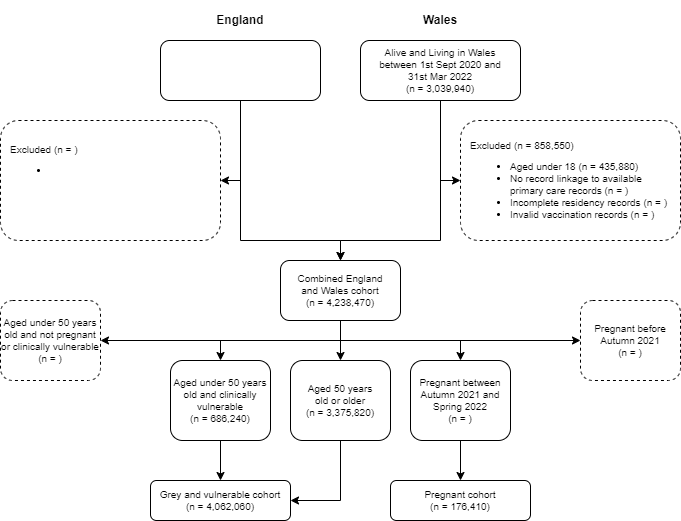
Earlier version of the draw.io export pregnancy/figure_cohort_inclusion_flowchart.png (stubedston/dacvap-c19-flu-vaccine-disparity). Source tidied: cells renumbered, new cells last; positions are measured from the earlier drawing's top-left corner, leaving out a move shared by most shapes.
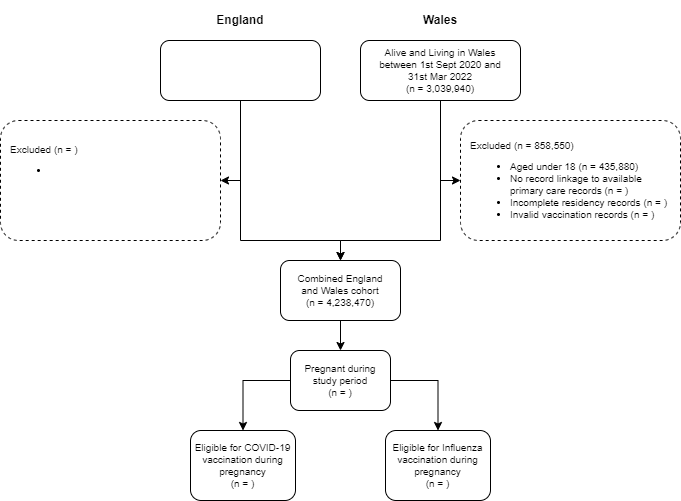
Above is the later version.

Diff of the diagram source:
```diff
@@ -19,49 +19,25 @@
     <mxCell id="5" value="&lt;p style=&quot;line-height: 100%&quot;&gt;&lt;span style=&quot;font-size: 10px&quot;&gt;Excluded (&lt;span style=&quot;font-size: 10px&quot;&gt;&lt;font style=&quot;font-size: 10px&quot;&gt;&lt;span style=&quot;font-size: 10px&quot;&gt;n = 858,550)&lt;/span&gt;&lt;/font&gt;&lt;/span&gt;&lt;/span&gt;&lt;br style=&quot;font-size: 10px&quot;&gt;&lt;/p&gt;&lt;ul style=&quot;font-size: 10px&quot;&gt;&lt;li style=&quot;font-size: 10px&quot;&gt;&lt;font style=&quot;font-size: 10px&quot;&gt;&lt;span style=&quot;font-size: 10px&quot;&gt;Aged under 18 (n = 435,880)&lt;/span&gt;&lt;/font&gt;&lt;/li&gt;&lt;li style=&quot;font-size: 10px&quot;&gt;&lt;font style=&quot;font-size: 10px&quot;&gt;&lt;span style=&quot;font-size: 10px&quot;&gt;No record linkage to available primary care records (n = )&lt;/span&gt;&lt;/font&gt;&lt;/li&gt;&lt;li style=&quot;font-size: 10px&quot;&gt;Incomplete residency records (n = )&lt;/li&gt;&lt;li style=&quot;font-size: 10px&quot;&gt;&lt;font style=&quot;font-size: 10px&quot;&gt;&lt;span style=&quot;font-size: 10px ; line-height: 100%&quot;&gt;Invalid vaccination records (n = )&lt;/span&gt;&lt;/font&gt;&lt;/li&gt;&lt;/ul&gt;&lt;p&gt;&lt;/p&gt;" style="rounded=1;whiteSpace=wrap;html=1;fontSize=10;glass=0;strokeWidth=1;shadow=0;align=left;fontStyle=0;spacing=10;verticalAlign=middle;dashed=1;" parent="1" vertex="1">
       <mxGeometry x="460" y="120" width="220" height="120" as="geometry" />
     </mxCell>
-    <mxCell id="6" style="edgeStyle=orthogonalEdgeStyle;rounded=0;jettySize=auto;html=1;fontSize=10;" parent="1" edge="1" source="11" target="18">
+    <mxCell id="6" style="edgeStyle=orthogonalEdgeStyle;rounded=0;jettySize=auto;html=1;fontSize=10;entryX=0.5;entryY=0;entryDx=0;entryDy=0;" parent="1" edge="1" source="11" target="18">
       <mxGeometry relative="1" as="geometry">
         <Array as="points">
-          <mxPoint x="340" y="340" />
-          <mxPoint x="460" y="340" />
+          <mxPoint x="340" y="350" />
+          <mxPoint x="340" y="350" />
         </Array>
       </mxGeometry>
     </mxCell>
-    <mxCell id="7" style="edgeStyle=orthogonalEdgeStyle;rounded=0;jettySize=auto;html=1;exitX=0.5;exitY=1;exitDx=0;exitDy=0;" parent="1" edge="1" source="11" target="25">
-      <mxGeometry relative="1" as="geometry" />
-    </mxCell>
-    <mxCell id="8" style="edgeStyle=orthogonalEdgeStyle;rounded=0;jettySize=auto;html=1;exitX=0.5;exitY=1;exitDx=0;exitDy=0;entryX=0.5;entryY=0;entryDx=0;entryDy=0;" parent="1" edge="1" source="11" target="13">
-      <mxGeometry relative="1" as="geometry" />
-    </mxCell>
-    <mxCell id="9" style="edgeStyle=orthogonalEdgeStyle;rounded=0;jettySize=auto;html=1;exitX=0.5;exitY=1;exitDx=0;exitDy=0;entryX=0.5;entryY=0;entryDx=0;entryDy=0;" parent="1" edge="1" source="11" target="16">
-      <mxGeometry relative="1" as="geometry" />
-    </mxCell>
-    <mxCell id="10" style="edgeStyle=orthogonalEdgeStyle;rounded=0;jettySize=auto;html=1;exitX=0.5;exitY=1;exitDx=0;exitDy=0;entryX=1;entryY=0.5;entryDx=0;entryDy=0;" parent="1" edge="1" source="11" target="27">
-      <mxGeometry relative="1" as="geometry" />
-    </mxCell>
     <mxCell id="11" value="&lt;font style=&quot;font-size: 10px&quot;&gt;&lt;font style=&quot;font-size: 10px&quot;&gt;Combined England&lt;br&gt;and Wales cohort&lt;br style=&quot;font-size: 10px&quot;&gt;&lt;font style=&quot;font-size: 10px&quot;&gt;&lt;span style=&quot;font-size: 10px&quot;&gt;(n = 4,238,470)&lt;/span&gt;&lt;/font&gt;&lt;/font&gt;&lt;br style=&quot;font-size: 10px&quot;&gt;&lt;/font&gt;" style="rounded=1;whiteSpace=wrap;html=1;fontSize=10;glass=0;strokeWidth=1;shadow=0;" parent="1" vertex="1">
       <mxGeometry x="280" y="260" width="120" height="60" as="geometry" />
     </mxCell>
-    <mxCell id="12" style="edgeStyle=orthogonalEdgeStyle;rounded=0;jettySize=auto;html=1;exitX=0.5;exitY=1;exitDx=0;exitDy=0;entryX=1;entryY=0.5;entryDx=0;entryDy=0;" parent="1" edge="1" source="13" target="14">
-      <mxGeometry relative="1" as="geometry" />
-    </mxCell>
-    <mxCell id="13" value="&lt;div style=&quot;font-size: 10px&quot;&gt;&lt;span style=&quot;font-size: 10px&quot;&gt;Aged 50 years&lt;/span&gt;&lt;/div&gt;&lt;div style=&quot;font-size: 10px&quot;&gt;&lt;span style=&quot;font-size: 10px&quot;&gt;old&amp;nbsp;&lt;/span&gt;&lt;span style=&quot;background-color: initial;&quot;&gt;or older&lt;/span&gt;&lt;/div&gt;&lt;div style=&quot;font-size: 10px&quot;&gt;&lt;span style=&quot;font-size: 10px&quot;&gt;(n = 3,375,820)&lt;/span&gt;&lt;/div&gt;" style="rounded=1;whiteSpace=wrap;html=1;fontSize=10;glass=0;strokeWidth=1;shadow=0;align=center;fontStyle=0;" parent="1" vertex="1">
-      <mxGeometry x="290" y="360" width="100" height="80" as="geometry" />
-    </mxCell>
-    <mxCell id="14" value="&lt;font style=&quot;font-size: 10px&quot;&gt;&lt;font style=&quot;font-size: 10px&quot;&gt;&lt;span style=&quot;font-size: 10px&quot;&gt;&lt;span style=&quot;font-size: 10px&quot;&gt;Grey and vulnerable cohort&lt;/span&gt;&lt;br style=&quot;font-size: 10px&quot;&gt;&lt;font style=&quot;font-size: 10px&quot;&gt;(n = 4,062,060)&lt;/font&gt;&lt;/span&gt;&lt;/font&gt;&lt;br style=&quot;font-size: 10px&quot;&gt;&lt;/font&gt;" style="rounded=1;whiteSpace=wrap;html=1;fontSize=10;glass=0;strokeWidth=1;shadow=0;fontStyle=0;" parent="1" vertex="1">
-      <mxGeometry x="150" y="480" width="140" height="40" as="geometry" />
-    </mxCell>
-    <mxCell id="15" style="edgeStyle=orthogonalEdgeStyle;rounded=0;jettySize=auto;html=1;exitX=0.5;exitY=1;exitDx=0;exitDy=0;entryX=0.5;entryY=0;entryDx=0;entryDy=0;" parent="1" edge="1" source="16" target="14">
-      <mxGeometry relative="1" as="geometry" />
-    </mxCell>
-    <mxCell id="16" value="Aged under 50 years&lt;br&gt;old and clinically vulnerable&lt;br style=&quot;font-size: 10px&quot;&gt;&lt;span style=&quot;font-size: 10px&quot;&gt;(n = 686,240)&lt;/span&gt;" style="rounded=1;whiteSpace=wrap;html=1;fontStyle=0;fontSize=10;" parent="1" vertex="1">
-      <mxGeometry x="170" y="360" width="100" height="80" as="geometry" />
-    </mxCell>
-    <mxCell id="17" style="edgeStyle=orthogonalEdgeStyle;rounded=0;jettySize=auto;html=1;entryX=0.5;entryY=0;entryDx=0;entryDy=0;fontSize=10;" parent="1" edge="1" source="18" target="26">
+    <mxCell id="17" style="edgeStyle=orthogonalEdgeStyle;rounded=0;jettySize=auto;html=1;exitX=0;exitY=0.5;exitDx=0;exitDy=0;entryX=0.5;entryY=0;entryDx=0;entryDy=0;" parent="1" edge="1" source="18" target="26">
       <mxGeometry relative="1" as="geometry" />
     </mxCell>
+    <mxCell id="28" style="edgeStyle=orthogonalEdgeStyle;rounded=0;jettySize=auto;html=1;exitX=1;exitY=0.5;exitDx=0;exitDy=0;entryX=0.5;entryY=0;entryDx=0;entryDy=0;" parent="1" edge="1" source="18" target="29">
+      <mxGeometry relative="1" as="geometry" />
+    </mxCell>
-    <mxCell id="18" value="Pregnant between Autumn 2021 and Spring 2022&lt;br style=&quot;font-size: 10px&quot;&gt;&lt;span style=&quot;font-size: 10px&quot;&gt;(n = )&lt;/span&gt;" style="rounded=1;whiteSpace=wrap;html=1;fontSize=10;fontStyle=0;" parent="1" vertex="1">
-      <mxGeometry x="410" y="360" width="100" height="80" as="geometry" />
+    <mxCell id="18" value="Pregnant during&lt;br&gt;study period&lt;br style=&quot;font-size: 10px&quot;&gt;&lt;span style=&quot;font-size: 10px&quot;&gt;(n = )&lt;/span&gt;" style="rounded=1;whiteSpace=wrap;html=1;fontSize=10;fontStyle=0;" parent="1" vertex="1">
+      <mxGeometry x="290" y="350" width="100" height="60" as="geometry" />
     </mxCell>
     <mxCell id="19" value="Wales" style="text;html=1;strokeColor=none;fillColor=none;align=center;verticalAlign=middle;whiteSpace=wrap;rounded=0;fontSize=12;fontStyle=1;" parent="1" vertex="1">
       <mxGeometry x="360" width="160" height="40" as="geometry" />
@@ -86,14 +62,11 @@
     <mxCell id="24" value="&lt;p style=&quot;line-height: 100%&quot;&gt;&lt;span style=&quot;font-size: 10px&quot;&gt;Excluded (&lt;span style=&quot;font-size: 10px&quot;&gt;&lt;font style=&quot;font-size: 10px&quot;&gt;&lt;span style=&quot;font-size: 10px&quot;&gt;n = )&lt;/span&gt;&lt;/font&gt;&lt;/span&gt;&lt;/span&gt;&lt;br style=&quot;font-size: 10px&quot;&gt;&lt;/p&gt;&lt;ul style=&quot;font-size: 10px&quot;&gt;&lt;li style=&quot;font-size: 10px&quot;&gt;&lt;br&gt;&lt;/li&gt;&lt;/ul&gt;&lt;p&gt;&lt;/p&gt;" style="rounded=1;whiteSpace=wrap;html=1;fontSize=10;glass=0;strokeWidth=1;shadow=0;align=left;fontStyle=0;spacing=10;verticalAlign=top;dashed=1;" parent="1" vertex="1">
       <mxGeometry y="120" width="220" height="120" as="geometry" />
     </mxCell>
-    <mxCell id="25" value="Pregnant before&lt;br&gt;Autumn 2021&lt;br style=&quot;font-size: 10px&quot;&gt;&lt;span style=&quot;font-size: 10px&quot;&gt;(n = )&lt;/span&gt;" style="rounded=1;whiteSpace=wrap;html=1;fontSize=10;fontStyle=0;dashed=1;" parent="1" vertex="1">
-      <mxGeometry x="580" y="300" width="100" height="80" as="geometry" />
-    </mxCell>
-    <mxCell id="26" value="&lt;font style=&quot;font-size: 10px&quot;&gt;Pregnant cohort&lt;br&gt;(n = 176,410)&lt;br style=&quot;font-size: 10px&quot;&gt;&lt;/font&gt;" style="rounded=1;whiteSpace=wrap;html=1;fontSize=10;glass=0;strokeWidth=1;shadow=0;fontStyle=0;" parent="1" vertex="1">
-      <mxGeometry x="390" y="480" width="140" height="40" as="geometry" />
+    <mxCell id="26" value="&lt;font style=&quot;font-size: 10px&quot;&gt;Eligible for COVID-19 vaccination during pregnancy&lt;br&gt;(n = )&lt;br style=&quot;font-size: 10px&quot;&gt;&lt;/font&gt;" style="rounded=1;whiteSpace=wrap;html=1;fontSize=10;glass=0;strokeWidth=1;shadow=0;fontStyle=0;" parent="1" vertex="1">
+      <mxGeometry x="190" y="430" width="105" height="70" as="geometry" />
     </mxCell>
-    <mxCell id="27" value="Aged under 50 years old and not pregnant or clinically vulnerable&lt;br style=&quot;font-size: 10px&quot;&gt;&lt;span style=&quot;font-size: 10px&quot;&gt;(n = )&lt;/span&gt;" style="rounded=1;whiteSpace=wrap;html=1;fontSize=10;fontStyle=0;dashed=1;" parent="1" vertex="1">
-      <mxGeometry y="300" width="100" height="80" as="geometry" />
-    </mxCell>
+    <mxCell id="29" value="&lt;font style=&quot;font-size: 10px&quot;&gt;Eligible for Influenza vaccination during pregnancy&lt;br&gt;(n = )&lt;br style=&quot;font-size: 10px&quot;&gt;&lt;/font&gt;" style="rounded=1;whiteSpace=wrap;html=1;fontSize=10;glass=0;strokeWidth=1;shadow=0;fontStyle=0;" parent="1" vertex="1">
+      <mxGeometry x="385" y="430" width="105" height="70" as="geometry" />
+    </mxCell>
   </root>
 </mxGraphModel>
```
